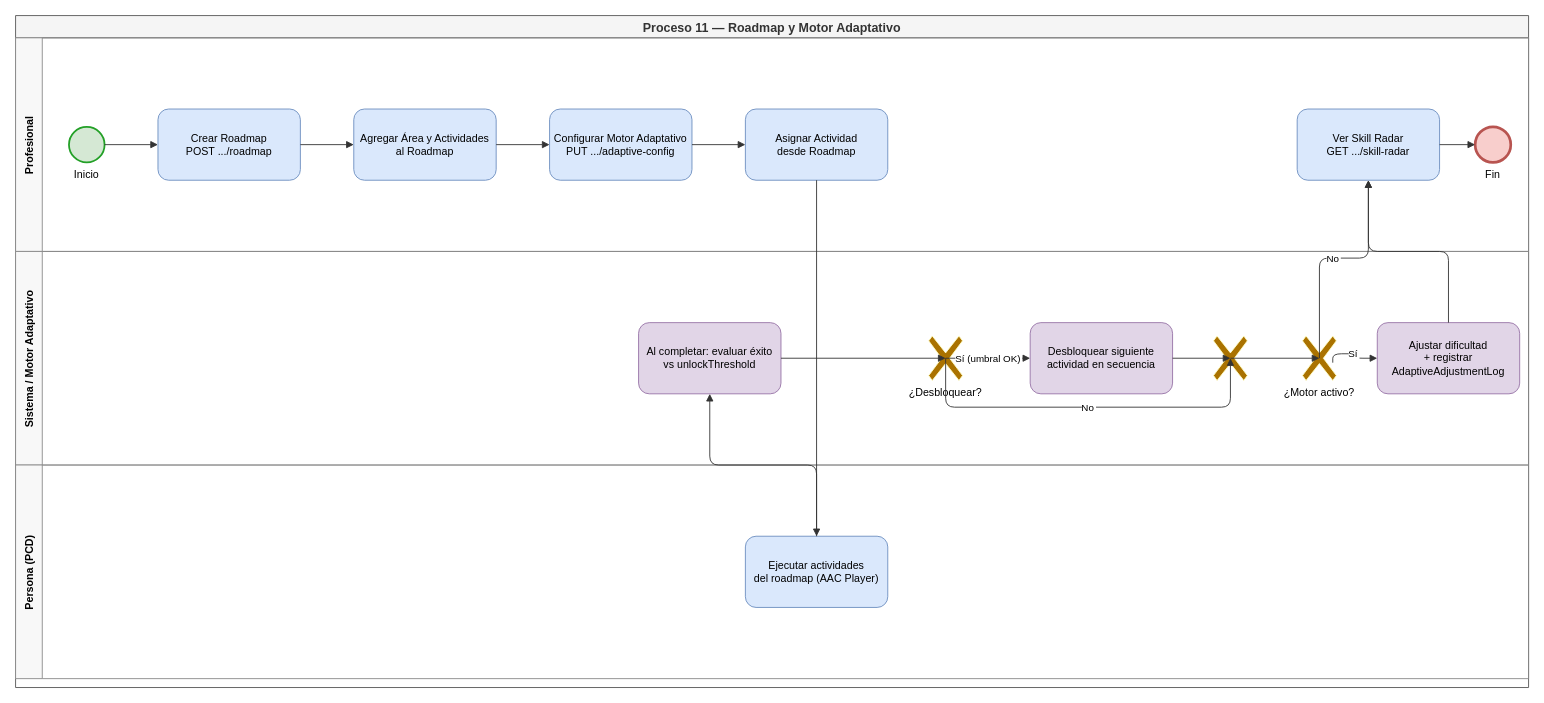
Earlier version of the draw.io diagram Process/BPMN/11-roadmap-motor-adaptativo.drawio (Sacha-html/InclusiON). Source tidied: cells renumbered, new cells numbered last; positions are measured from the earlier drawing's top-left corner, leaving out a move shared by most shapes. Both pictures are drawn from the tidied source at 89%, with x=0, y=0 at pixel (15, 15).
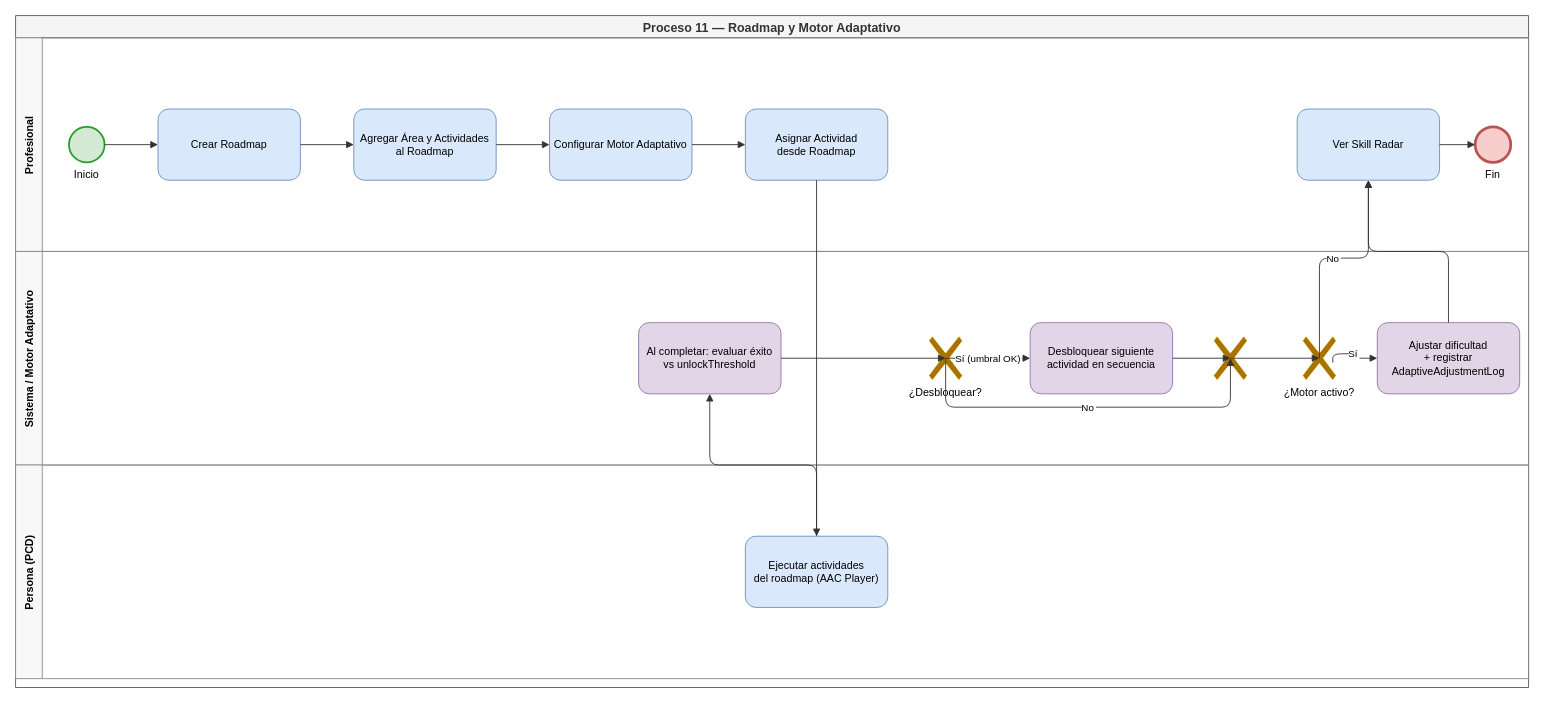
The same diagram, later.

Unchanged cells that the change refers to:
```xml
<mxCell id="3" value="Profesional" style="swimlane;startSize=30;horizontal=0;fillColor=#f8f8f8;strokeColor=#888888;fontStyle=1;fontSize=12;" parent="2" vertex="1">
  <mxGeometry y="25" width="1700" height="240" as="geometry" />
</mxCell>
```

The edit, as a diff of the source:
```diff
@@
-    <mxCell id="5" value="Crear Roadmap&#10;POST .../roadmap" style="rounded=1;whiteSpace=wrap;html=1;verticalAlign=middle;fillColor=#dae8fc;strokeColor=#6c8ebf;fontSize=12;align=center;" parent="3" vertex="1">
+    <mxCell id="5" value="Crear Roadmap" style="rounded=1;whiteSpace=wrap;html=1;verticalAlign=middle;fillColor=#dae8fc;strokeColor=#6c8ebf;fontSize=12;align=center;" parent="3" vertex="1">
       <mxGeometry x="160" y="80" width="160" height="80" as="geometry" />
     </mxCell>
@@
-    <mxCell id="7" value="Configurar Motor Adaptativo&#10;PUT .../adaptive-config" style="rounded=1;whiteSpace=wrap;html=1;verticalAlign=middle;fillColor=#dae8fc;strokeColor=#6c8ebf;fontSize=12;align=center;" parent="3" vertex="1">
+    <mxCell id="7" value="Configurar Motor Adaptativo" style="rounded=1;whiteSpace=wrap;html=1;verticalAlign=middle;fillColor=#dae8fc;strokeColor=#6c8ebf;fontSize=12;align=center;" parent="3" vertex="1">
       <mxGeometry x="600" y="80" width="160" height="80" as="geometry" />
     </mxCell>
@@
-    <mxCell id="9" value="Ver Skill Radar&#10;GET .../skill-radar" style="rounded=1;whiteSpace=wrap;html=1;verticalAlign=middle;fillColor=#dae8fc;strokeColor=#6c8ebf;fontSize=12;align=center;" parent="3" vertex="1">
+    <mxCell id="9" value="Ver Skill Radar" style="rounded=1;whiteSpace=wrap;html=1;verticalAlign=middle;fillColor=#dae8fc;strokeColor=#6c8ebf;fontSize=12;align=center;" parent="3" vertex="1">
       <mxGeometry x="1440" y="80" width="160" height="80" as="geometry" />
     </mxCell>
```
